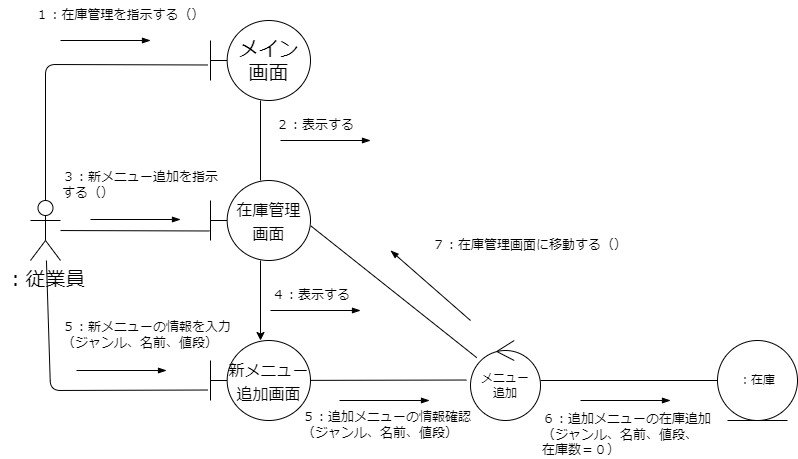
Before: psp4/コミュニケーション図/コミュニケーション図_メニュー追加.drawio.png, a diagram exported from draw.io (MasakiHiguchi/---). Source tidied: cells renumbered, new cells last; positions are measured from the earlier drawing's top-left corner, leaving out a move shared by most shapes.
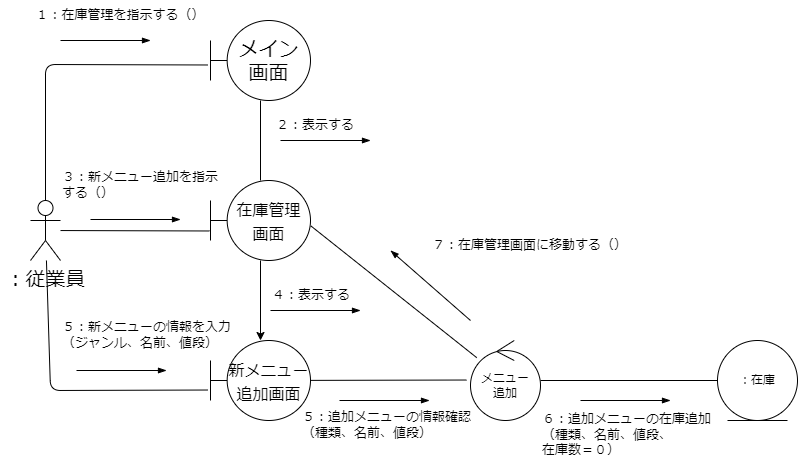
After the change.

Change to the diagram source:
```diff
@@ -94,7 +94,7 @@
     <mxCell id="24" value="メニュー&lt;br&gt;追加" style="ellipse;shape=umlControl;whiteSpace=wrap;html=1;" parent="1" vertex="1">
       <mxGeometry x="470" y="340" width="70" height="80" as="geometry" />
     </mxCell>
-    <mxCell id="25" value="５：追加メニューの情報確認&lt;br&gt;（ジャンル、名前、値段）" style="text;html=1;strokeColor=none;fillColor=none;align=left;verticalAlign=middle;whiteSpace=wrap;rounded=0;hachureGap=4;fontFamily=Architects Daughter;fontSource=https%3A%2F%2Ffonts.googleapis.com%2Fcss%3Ffamily%3DArchitects%2BDaughter;fontSize=13;" parent="1" vertex="1">
+    <mxCell id="25" value="５：追加メニューの情報確認&lt;br&gt;（種類、名前、値段）" style="text;html=1;strokeColor=none;fillColor=none;align=left;verticalAlign=middle;whiteSpace=wrap;rounded=0;hachureGap=4;fontFamily=Architects Daughter;fontSource=https%3A%2F%2Ffonts.googleapis.com%2Fcss%3Ffamily%3DArchitects%2BDaughter;fontSize=13;" parent="1" vertex="1">
       <mxGeometry x="300" y="420" width="180" height="10" as="geometry" />
     </mxCell>
     <mxCell id="26" style="endArrow=blockThin;html=1;endFill=1;" parent="1" edge="1">
@@ -106,7 +106,7 @@
     <mxCell id="27" value="：在庫" style="ellipse;shape=umlEntity;whiteSpace=wrap;html=1;" parent="1" vertex="1">
       <mxGeometry x="717" y="340" width="80" height="80" as="geometry" />
     </mxCell>
-    <mxCell id="28" value="６：追加メニューの在庫追加&lt;br&gt;（ジャンル、名前、値段、&lt;br&gt;在庫数＝０）" style="text;html=1;strokeColor=none;fillColor=none;align=left;verticalAlign=middle;whiteSpace=wrap;rounded=0;hachureGap=4;fontFamily=Architects Daughter;fontSource=https%3A%2F%2Ffonts.googleapis.com%2Fcss%3Ffamily%3DArchitects%2BDaughter;fontSize=13;" parent="1" vertex="1">
+    <mxCell id="28" value="６：追加メニューの在庫追加&lt;br&gt;（種類、名前、値段、&lt;br&gt;在庫数＝０）" style="text;html=1;strokeColor=none;fillColor=none;align=left;verticalAlign=middle;whiteSpace=wrap;rounded=0;hachureGap=4;fontFamily=Architects Daughter;fontSource=https%3A%2F%2Ffonts.googleapis.com%2Fcss%3Ffamily%3DArchitects%2BDaughter;fontSize=13;" parent="1" vertex="1">
       <mxGeometry x="540" y="430" width="180" height="10" as="geometry" />
     </mxCell>
     <mxCell id="29" style="endArrow=blockThin;html=1;endFill=1;" parent="1" edge="1">
```
